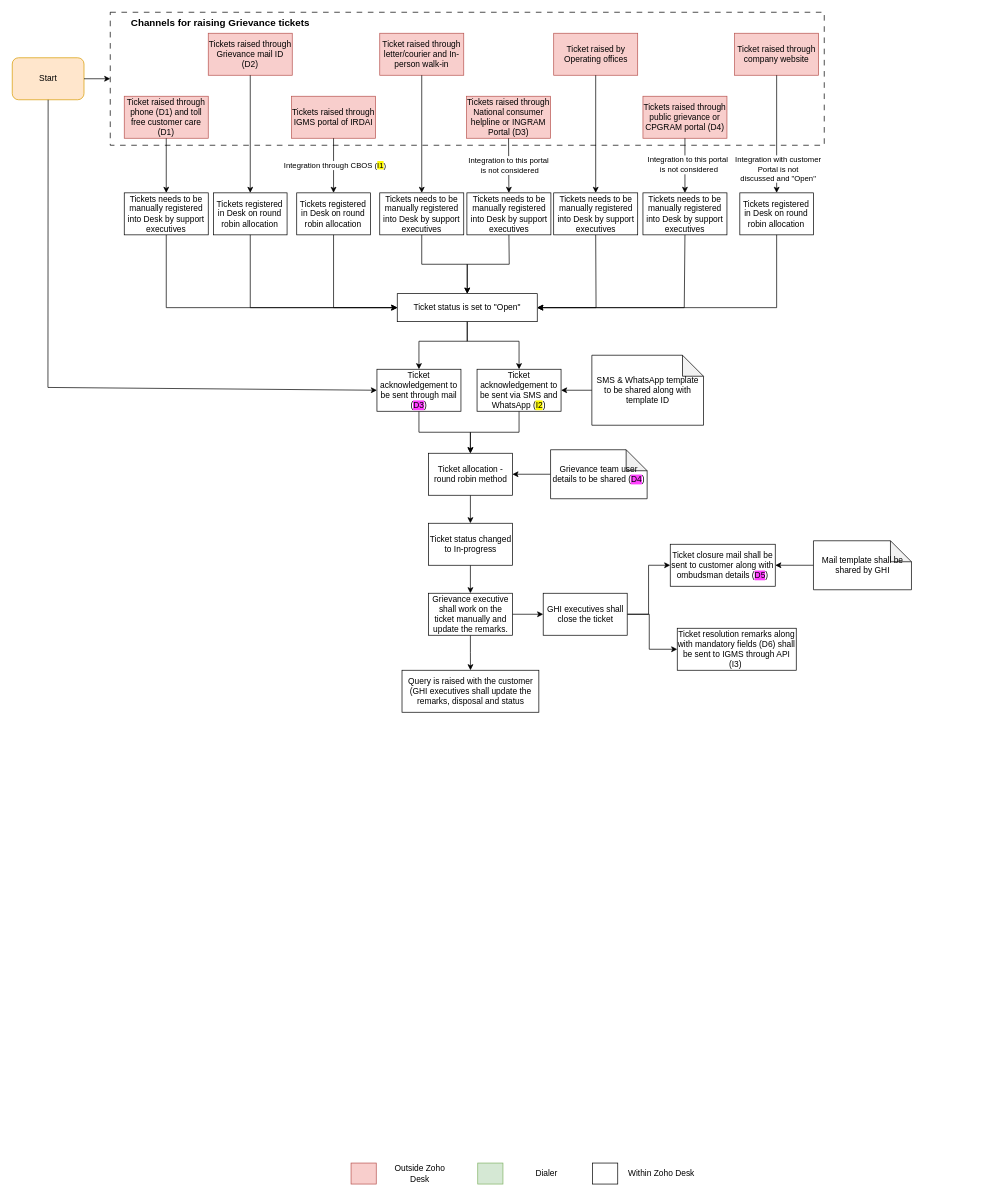
shaileshsreedar/Galaxy keeps this draw.io diagram as Grievance management.drawio. Above is the earlier version. Source tidied: cells renumbered, new cells numbered last; positions are measured from the earlier drawing's top-left corner, leaving out a move shared by most shapes. Both pictures are drawn from the tidied source at 70%, with x=0, y=0 at pixel (12, 12).
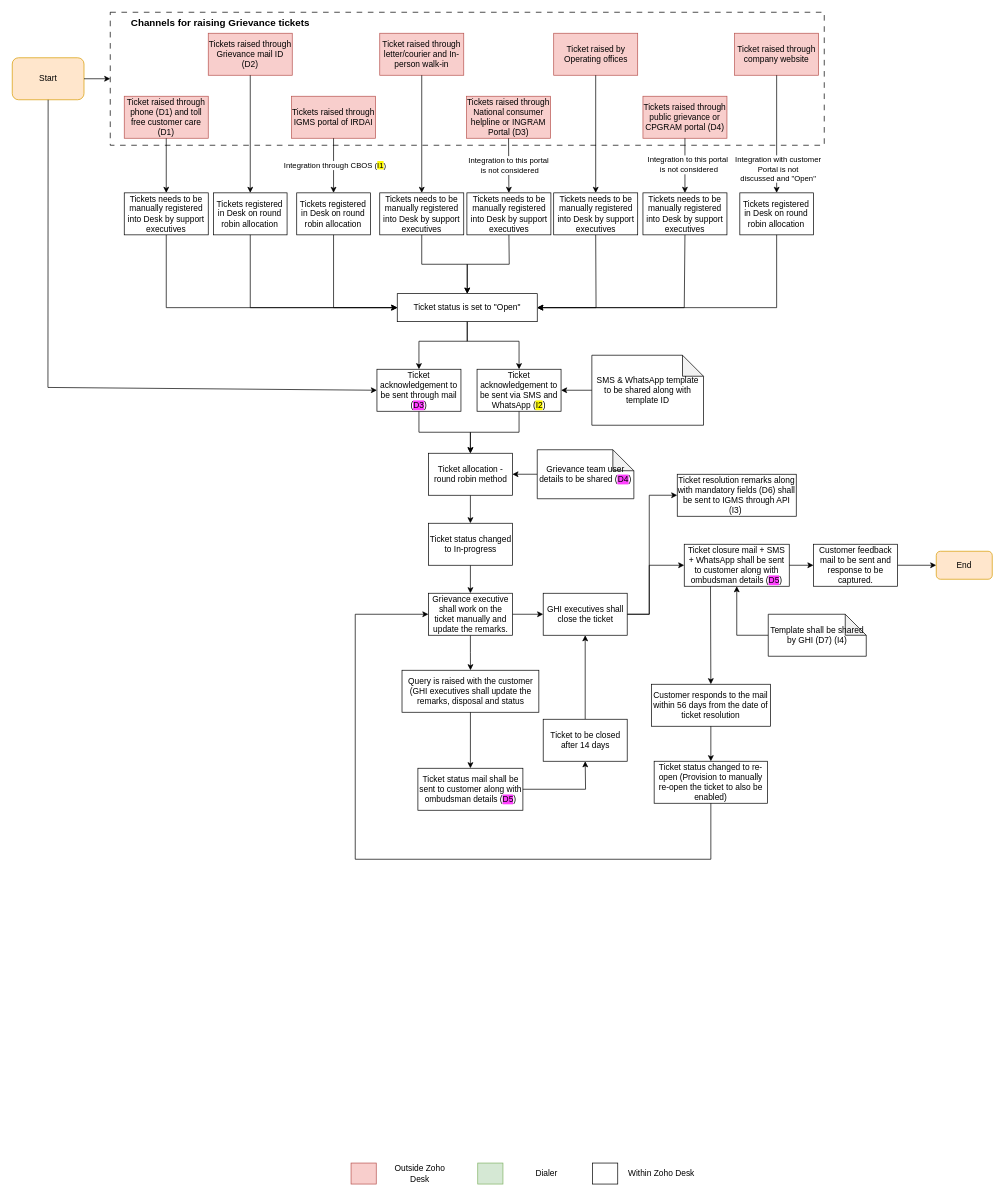
The same page after the edit.

Unchanged cells that the change refers to:
```xml
<mxCell id="65" value="Grievance executive shall work on the ticket manually and update the remarks." style="rounded=0;whiteSpace=wrap;html=1;" parent="1" vertex="1">
  <mxGeometry x="594.5" y="830" width="120" height="60" as="geometry" />
</mxCell>
<mxCell id="68" value="GHI executives shall close the ticket" style="rounded=0;whiteSpace=wrap;html=1;" parent="1" vertex="1">
  <mxGeometry x="758.5" y="830" width="120" height="60" as="geometry" />
</mxCell>
<mxCell id="73" value="Query is raised with the customer (GHI executives shall update the remarks, disposal and status" style="rounded=0;whiteSpace=wrap;html=1;" parent="1" vertex="1">
  <mxGeometry x="556.8" y="940" width="195.5" height="60" as="geometry" />
</mxCell>
```

What changed in the source:
```diff
@@
     <mxCell id="60" value="Grievance team user details to be shared (&lt;span style=&quot;background-color: rgb(255, 64, 255);&quot;&gt;D4&lt;/span&gt;)" style="shape=note;whiteSpace=wrap;html=1;backgroundOutline=1;darkOpacity=0.05;" parent="1" vertex="1">
-      <mxGeometry x="769" y="625" width="138" height="70" as="geometry" />
+      <mxGeometry x="750" y="625" width="138" height="70" as="geometry" />
     </mxCell>
@@
-    <mxCell id="66" style="edgeStyle=orthogonalEdgeStyle;rounded=0;jettySize=auto;html=1;exitX=1;exitY=0.5;exitDx=0;exitDy=0;entryX=0;entryY=0.5;entryDx=0;entryDy=0;" parent="1" edge="1" source="68" target="69">
-      <mxGeometry relative="1" as="geometry">
-        <Array as="points">
-          <mxPoint x="909" y="860" />
-          <mxPoint x="909" y="790" />
-        </Array>
-      </mxGeometry>
-    </mxCell>
     <mxCell id="67" style="edgeStyle=orthogonalEdgeStyle;rounded=0;jettySize=auto;html=1;exitX=1;exitY=0.5;exitDx=0;exitDy=0;entryX=0;entryY=0.5;entryDx=0;entryDy=0;" parent="1" edge="1" source="68" target="70">
       <mxGeometry relative="1" as="geometry">
         <Array as="points">
           <mxPoint x="910" y="860" />
-          <mxPoint x="910" y="910" />
+          <mxPoint x="910" y="690" />
         </Array>
       </mxGeometry>
     </mxCell>
@@
-    <mxCell id="69" value="Ticket closure mail shall be sent to customer along with ombudsman details (&lt;span style=&quot;background-color: rgb(255, 64, 255);&quot;&gt;D5&lt;/span&gt;)" style="rounded=0;whiteSpace=wrap;html=1;" parent="1" vertex="1">
-      <mxGeometry x="940" y="760" width="150" height="60" as="geometry" />
+    <mxCell id="69" value="Ticket closure mail + SMS + WhatsApp shall be sent to customer along with ombudsman details (&lt;span style=&quot;background-color: rgb(255, 64, 255);&quot;&gt;D5&lt;/span&gt;)" style="rounded=0;whiteSpace=wrap;html=1;" parent="1" vertex="1">
+      <mxGeometry x="960" y="760" width="150" height="60" as="geometry" />
     </mxCell>
     <mxCell id="70" value="Ticket resolution remarks along with mandatory fields (D6) shall be sent to IGMS through API (I3)&amp;nbsp;" style="rounded=0;whiteSpace=wrap;html=1;" parent="1" vertex="1">
-      <mxGeometry x="950" y="880" width="170" height="60" as="geometry" />
+      <mxGeometry x="950" y="660" width="170" height="60" as="geometry" />
     </mxCell>
-    <mxCell id="71" style="edgeStyle=orthogonalEdgeStyle;rounded=0;jettySize=auto;html=1;exitX=0;exitY=0.5;exitDx=0;exitDy=0;exitPerimeter=0;entryX=1;entryY=0.5;entryDx=0;entryDy=0;" parent="1" edge="1" source="72" target="69">
+    <mxCell id="71" style="edgeStyle=orthogonalEdgeStyle;rounded=0;jettySize=auto;html=1;exitX=0;exitY=0.5;exitDx=0;exitDy=0;exitPerimeter=0;" parent="1" edge="1" source="72" target="69">
       <mxGeometry relative="1" as="geometry" />
     </mxCell>
-    <mxCell id="72" value="Mail template shall be shared by GHI" style="shape=note;whiteSpace=wrap;html=1;backgroundOutline=1;darkOpacity=0.05;" parent="1" vertex="1">
-      <mxGeometry x="1144.6" y="755" width="140" height="70" as="geometry" />
+    <mxCell id="72" value="Template shall be shared by GHI (D7) (I4)" style="shape=note;whiteSpace=wrap;html=1;backgroundOutline=1;darkOpacity=0.05;" parent="1" vertex="1">
+      <mxGeometry x="1080" y="860" width="140" height="60" as="geometry" />
     </mxCell>
@@
+    <mxCell id="74" value="Ticket status mail shall be sent to customer along with ombudsman details (&lt;span style=&quot;background-color: rgb(255, 64, 255);&quot;&gt;D5&lt;/span&gt;)" style="rounded=0;whiteSpace=wrap;html=1;" parent="1" vertex="1">
+      <mxGeometry x="579.5" y="1080" width="150" height="60" as="geometry" />
+    </mxCell>
+    <mxCell id="75" style="edgeStyle=orthogonalEdgeStyle;rounded=0;jettySize=auto;html=1;exitX=0.5;exitY=0;exitDx=0;exitDy=0;entryX=0.5;entryY=1;entryDx=0;entryDy=0;" parent="1" edge="1" source="76" target="68">
+      <mxGeometry relative="1" as="geometry" />
+    </mxCell>
+    <mxCell id="76" value="Ticket to be closed after 14 days" style="rounded=0;whiteSpace=wrap;html=1;" parent="1" vertex="1">
+      <mxGeometry x="758.5" y="1010" width="120" height="60" as="geometry" />
+    </mxCell>
+    <mxCell id="77" style="endArrow=classic;html=1;rounded=0;exitX=0.5;exitY=1;exitDx=0;exitDy=0;entryX=0.5;entryY=0;entryDx=0;entryDy=0;" parent="1" edge="1" source="73" target="74">
+      <mxGeometry relative="1" as="geometry" />
+    </mxCell>
+    <mxCell id="78" style="edgeStyle=orthogonalEdgeStyle;rounded=0;jettySize=auto;html=1;exitX=1;exitY=0.5;exitDx=0;exitDy=0;entryX=0;entryY=0.5;entryDx=0;entryDy=0;" parent="1" edge="1" source="79" target="81">
+      <mxGeometry relative="1" as="geometry" />
+    </mxCell>
+    <mxCell id="79" value="Customer feedback mail to be sent and response to be captured." style="rounded=0;whiteSpace=wrap;html=1;" parent="1" vertex="1">
+      <mxGeometry x="1144.6" y="760" width="120" height="60" as="geometry" />
+    </mxCell>
+    <mxCell id="80" style="endArrow=classic;html=1;rounded=0;exitX=1;exitY=0.5;exitDx=0;exitDy=0;entryX=0;entryY=0.5;entryDx=0;entryDy=0;" parent="1" edge="1" source="69" target="79">
+      <mxGeometry relative="1" as="geometry" />
+    </mxCell>
+    <mxCell id="81" value="End" style="rounded=1;whiteSpace=wrap;html=1;fillColor=#ffe6cc;strokeColor=#d79b00;" parent="1" vertex="1">
+      <mxGeometry x="1320" y="770" width="80" height="40" as="geometry" />
+    </mxCell>
+    <mxCell id="82" style="endArrow=classic;html=1;rounded=0;exitX=1;exitY=0.5;exitDx=0;exitDy=0;entryX=0.5;entryY=1;entryDx=0;entryDy=0;" parent="1" edge="1" source="74" target="76">
+      <mxGeometry relative="1" as="geometry">
+        <Array as="points">
+          <mxPoint x="819" y="1110" />
+        </Array>
+      </mxGeometry>
+    </mxCell>
+    <mxCell id="66" style="endArrow=classic;html=1;rounded=0;exitX=1;exitY=0.5;exitDx=0;exitDy=0;entryX=0;entryY=0.5;entryDx=0;entryDy=0;" parent="1" edge="1" source="68" target="69">
+      <mxGeometry relative="1" as="geometry">
+        <Array as="points">
+          <mxPoint x="910" y="860" />
+          <mxPoint x="910" y="790" />
+        </Array>
+      </mxGeometry>
+    </mxCell>
+    <mxCell id="83" value="Customer responds to the mail within 56 days from the date of ticket resolution" style="rounded=0;whiteSpace=wrap;html=1;" parent="1" vertex="1">
+      <mxGeometry x="913" y="960" width="170" height="60" as="geometry" />
+    </mxCell>
+    <mxCell id="84" style="endArrow=classic;html=1;rounded=0;exitX=0.25;exitY=1;exitDx=0;exitDy=0;entryX=0.5;entryY=0;entryDx=0;entryDy=0;" parent="1" edge="1" source="69" target="83">
+      <mxGeometry relative="1" as="geometry" />
+    </mxCell>
+    <mxCell id="85" value="Ticket status changed to re-open (Provision to manually re-open the ticket to also be enabled)" style="rounded=0;whiteSpace=wrap;html=1;" parent="1" vertex="1">
+      <mxGeometry x="917" y="1070" width="162" height="60" as="geometry" />
+    </mxCell>
+    <mxCell id="86" style="endArrow=classic;html=1;rounded=0;exitX=0.5;exitY=1;exitDx=0;exitDy=0;entryX=0.5;entryY=0;entryDx=0;entryDy=0;" parent="1" edge="1" source="83" target="85">
+      <mxGeometry relative="1" as="geometry" />
+    </mxCell>
+    <mxCell id="87" style="endArrow=classic;html=1;rounded=0;exitX=0.5;exitY=1;exitDx=0;exitDy=0;entryX=0;entryY=0.5;entryDx=0;entryDy=0;" parent="1" edge="1" source="85" target="65">
+      <mxGeometry relative="1" as="geometry">
+        <Array as="points">
+          <mxPoint x="998" y="1210" />
+          <mxPoint x="490" y="1210" />
+          <mxPoint x="490" y="860" />
+        </Array>
+      </mxGeometry>
+    </mxCell>
```
